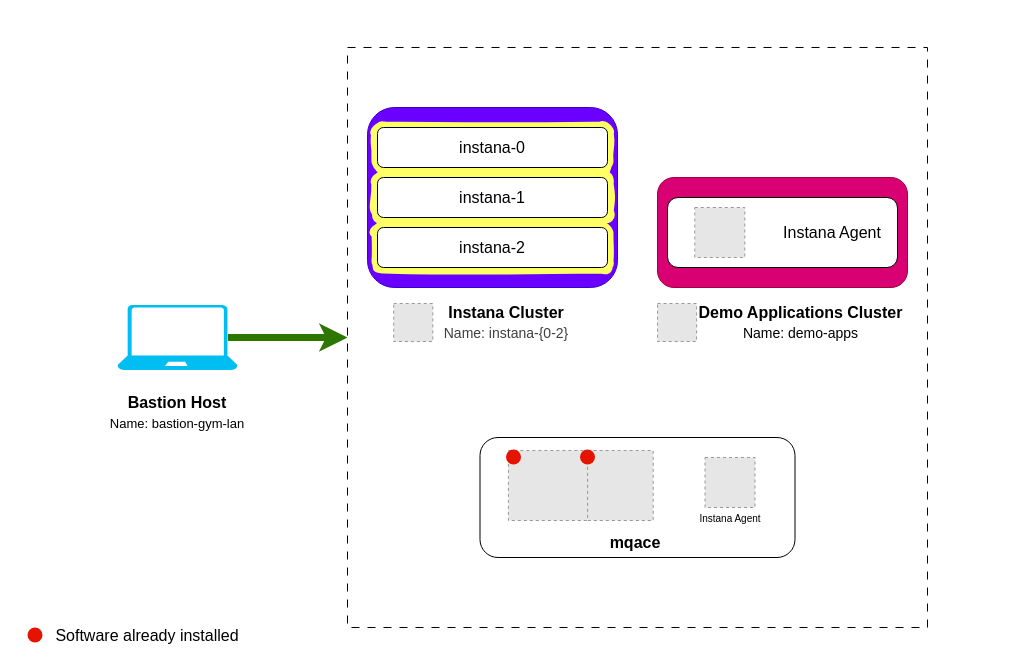
The draw.io diagram labs/instana/server-and-agent-install-lab/3-server-installation/images/architecture.drawio in IBM/waiops-tech-jam, before the edit. Source tidied: cells renumbered, new cells numbered last; positions are measured from the earlier drawing's top-left corner, leaving out a move shared by most shapes. Both pictures are drawn from the tidied source at 100%, with x=0, y=0 at pixel (17, 17). Pictures stored in the file or linked from it are replaced by grey dashed boxes.
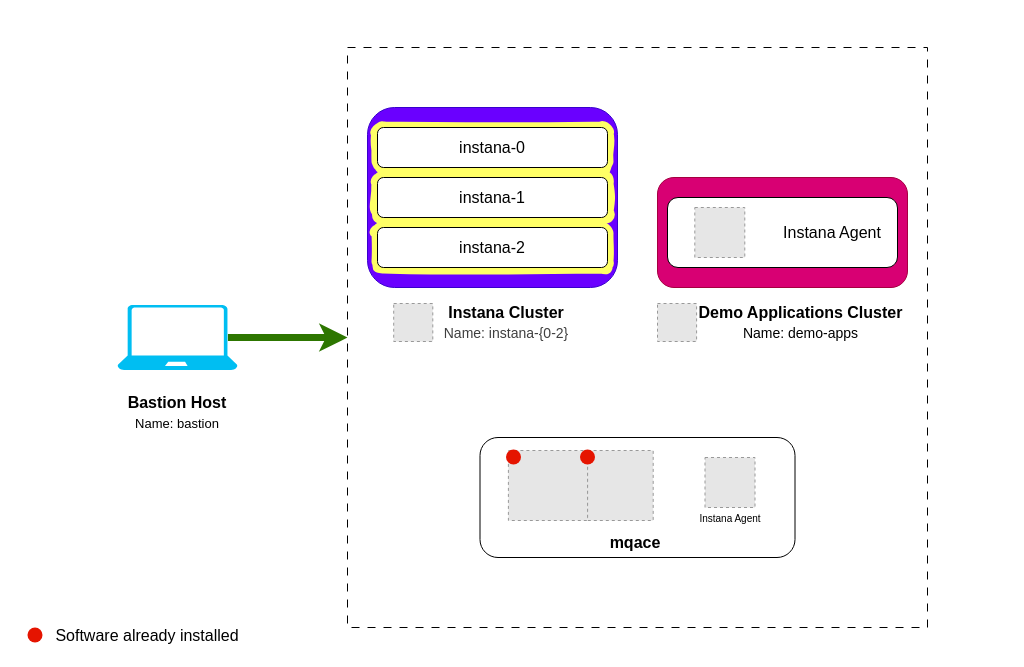
The same page after the edit.

What changed in the source:
```diff
@@
-    <mxCell id="21" value="&lt;b&gt;Bastion Host&lt;/b&gt;&lt;br&gt;&lt;font style=&quot;font-size: 13px;&quot;&gt;Name: bastion-gym-lan&lt;/font&gt;" style="text;html=1;strokeColor=none;fillColor=none;align=center;verticalAlign=middle;whiteSpace=wrap;rounded=0;fontSize=16;" parent="1" vertex="1">
+    <mxCell id="21" value="&lt;b&gt;Bastion Host&lt;/b&gt;&lt;br&gt;&lt;font style=&quot;font-size: 13px;&quot;&gt;Name: bastion&lt;/font&gt;" style="text;html=1;strokeColor=none;fillColor=none;align=center;verticalAlign=middle;whiteSpace=wrap;rounded=0;fontSize=16;" parent="1" vertex="1">
       <mxGeometry x="90" y="380" width="140" height="30" as="geometry" />
     </mxCell>
```
